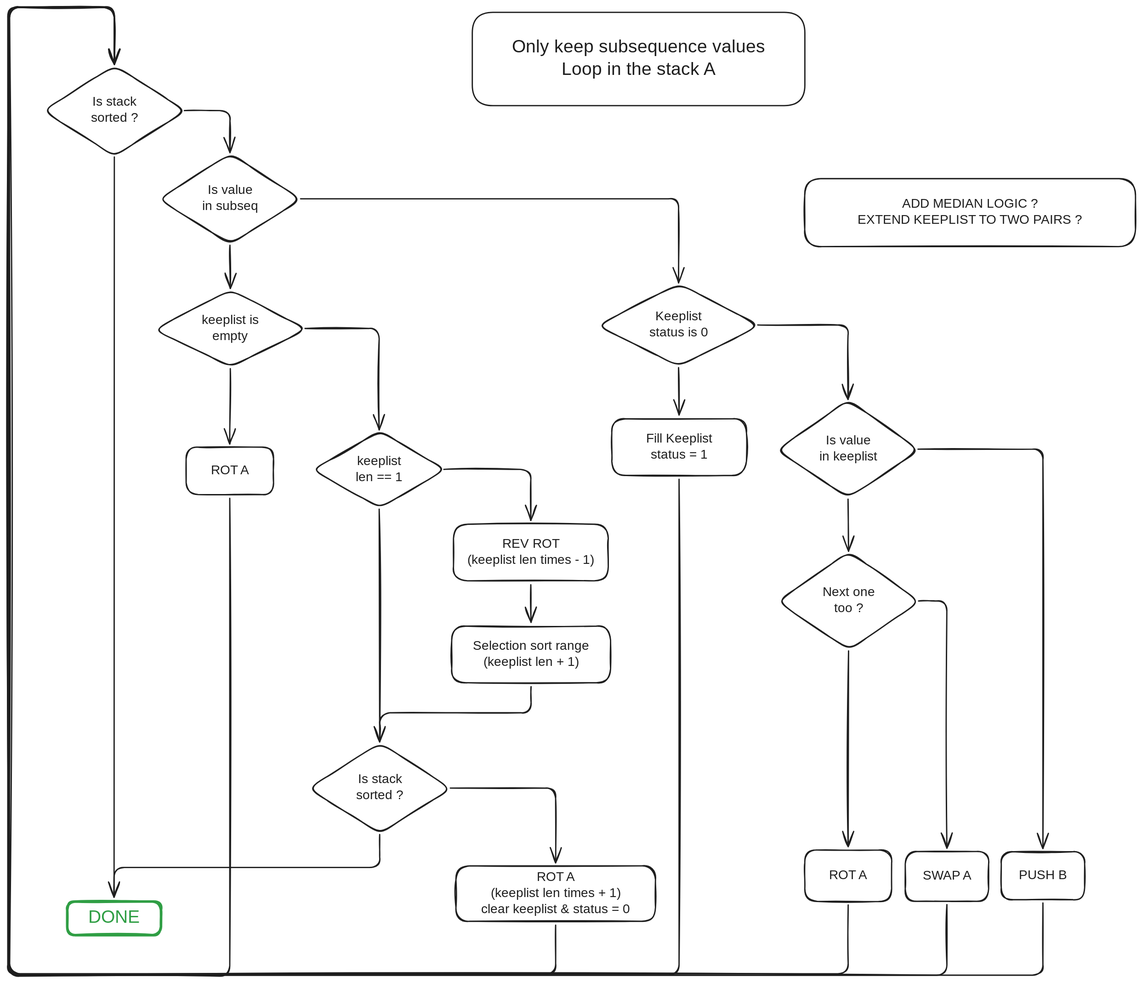
flinguenheld/42_push_swap keeps this Excalidraw diagram as images/only_keep_subsequence.excalidraw.svg. Above is the earlier version. Source tidied: one line per element, renumbered; positions are measured from the earlier drawing's top-left corner, leaving out a move shared by most shapes.
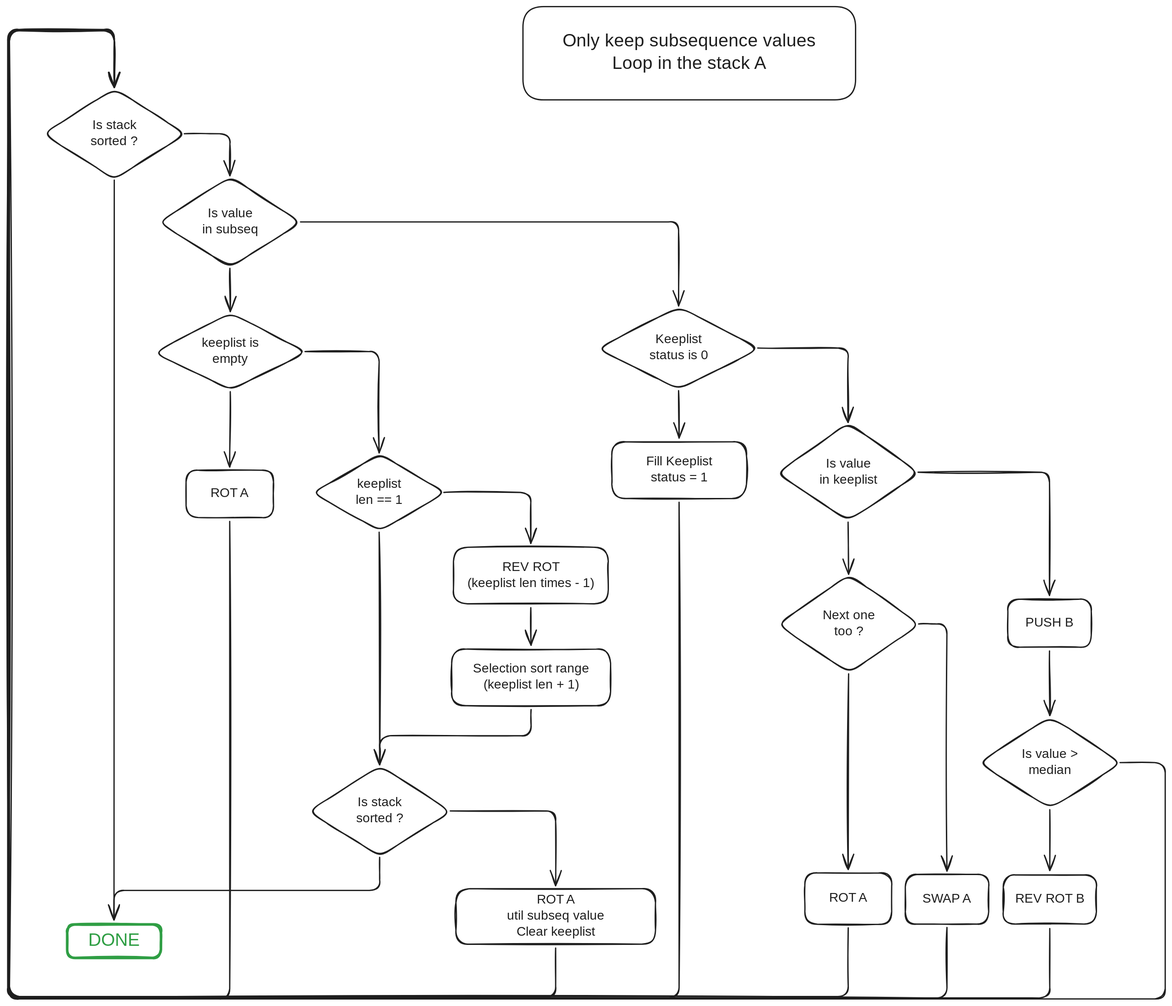
The same diagram one commit later.

Change to the diagram source:
```diff
@@ -1,5 +1,5 @@
-{"id": 0, "type": "rectangle", "strokeColor": "#1e1e1e", "strokeWidth": 2, "roughness": 0, "round": true, "x": 722, "y": 9, "width": 517, "height": 145}
+{"id": 0, "type": "rectangle", "strokeColor": "#1e1e1e", "strokeWidth": 2, "roughness": 0, "round": true, "x": 801, "y": -36, "width": 517, "height": 145}
-{"id": 1, "type": "text", "text": "Only keep subsequence values\nLoop in the stack A", "strokeColor": "#1e1e1e", "strokeWidth": 2, "roughness": 0, "fontSize": 28, "fontFamily": 5, "textAlign": "center", "verticalAlign": "middle", "inside": 0, "x": 780, "y": 46, "width": 400, "height": 70}
+{"id": 1, "type": "text", "text": "Only keep subsequence values\nLoop in the stack A", "strokeColor": "#1e1e1e", "strokeWidth": 2, "roughness": 0, "fontSize": 28, "fontFamily": 5, "textAlign": "center", "verticalAlign": "middle", "inside": 0, "x": 859, "y": 1, "width": 400, "height": 70}
 {"id": 2, "type": "diamond", "strokeColor": "#1e1e1e", "strokeWidth": 2, "roughness": 1, "round": true, "x": 235, "y": 228, "width": 221, "height": 141}
 {"id": 3, "type": "text", "text": "Is value\nin subseq", "strokeColor": "#1e1e1e", "strokeWidth": 2, "roughness": 1, "fontSize": 20, "fontFamily": 5, "textAlign": "center", "verticalAlign": "middle", "inside": 2, "x": 301, "y": 273, "width": 89, "height": 50}
 {"id": 4, "type": "rectangle", "strokeColor": "#1e1e1e", "strokeWidth": 2, "roughness": 1, "round": true, "x": 693, "y": 804, "width": 241, "height": 88}
@@ -27,9 +27,8 @@
 {"id": 26, "type": "text", "text": "ROT A", "strokeColor": "#1e1e1e", "strokeWidth": 2, "roughness": 1, "fontSize": 20, "fontFamily": 5, "textAlign": "center", "verticalAlign": "middle", "inside": 25, "x": 311, "y": 709, "width": 69, "height": 25}
 {"id": 27, "type": "arrow", "strokeColor": "#1e1e1e", "strokeWidth": 2, "roughness": 1, "endArrowhead": "arrow", "from": 2, "to": 23, "x": 345, "y": 371, "width": 1, "height": 67, "points": [[0, 0], [1, 67]]}
 {"id": 28, "type": "arrow", "strokeColor": "#1e1e1e", "strokeWidth": 2, "roughness": 1, "endArrowhead": "arrow", "from": 23, "to": 25, "x": 346, "y": 562, "width": 1, "height": 117, "points": [[0, 0], [-1, 117]]}
-{"id": 29, "type": "rectangle", "strokeColor": "#1e1e1e", "strokeWidth": 2, "roughness": 1, "round": true, "x": 1544, "y": 1314, "width": 130, "height": 75}
+{"id": 29, "type": "rectangle", "strokeColor": "#1e1e1e", "strokeWidth": 2, "roughness": 1, "round": true, "x": 1555, "y": 885, "width": 130, "height": 75}
-{"id": 30, "type": "text", "text": "PUSH B", "strokeColor": "#1e1e1e", "strokeWidth": 2, "roughness": 1, "fontSize": 20, "fontFamily": 5, "textAlign": "center", "verticalAlign": "middle", "inside": 29, "x": 1571, "y": 1338, "width": 76, "height": 25}
+{"id": 30, "type": "text", "text": "PUSH B", "strokeColor": "#1e1e1e", "strokeWidth": 2, "roughness": 1, "fontSize": 20, "fontFamily": 5, "textAlign": "center", "verticalAlign": "middle", "inside": 29, "x": 1581, "y": 910, "width": 76, "height": 25}
-{"id": 31, "type": "arrow", "strokeColor": "#1e1e1e", "strokeWidth": 2, "roughness": 1, "endArrowhead": "arrow", "from": 15, "to": 29, "x": 1415, "y": 688, "width": 194, "height": 621, "points": [[0, 0], [194, 0], [194, 621]]}
 {"id": 32, "type": "rectangle", "strokeColor": "#1e1e1e", "strokeWidth": 2, "roughness": 1, "round": true, "x": 1239, "y": 1311, "width": 135, "height": 80}
 {"id": 33, "type": "text", "text": "ROT A", "strokeColor": "#1e1e1e", "strokeWidth": 2, "roughness": 1, "fontSize": 20, "fontFamily": 5, "textAlign": "center", "verticalAlign": "middle", "inside": 32, "x": 1272, "y": 1338, "width": 69, "height": 25}
 {"id": 34, "type": "diamond", "strokeColor": "#1e1e1e", "strokeWidth": 2, "roughness": 1, "round": true, "x": 474, "y": 660, "width": 206, "height": 119}
@@ -37,14 +36,14 @@
 {"id": 36, "type": "diamond", "strokeColor": "#1e1e1e", "strokeWidth": 2, "roughness": 1, "round": true, "x": 468, "y": 1144, "width": 221, "height": 141}
 {"id": 37, "type": "text", "text": "Is stack\nsorted ?", "strokeColor": "#1e1e1e", "strokeWidth": 2, "roughness": 1, "fontSize": 20, "fontFamily": 5, "textAlign": "center", "verticalAlign": "middle", "inside": 36, "x": 536, "y": 1189, "width": 84, "height": 50}
 {"id": 38, "type": "rectangle", "strokeColor": "#1e1e1e", "strokeWidth": 2, "roughness": 1, "round": true, "x": 697, "y": 1335, "width": 310, "height": 86}
-{"id": 39, "type": "text", "text": "ROT A\n(keeplist len times + 1)\nclear keeplist & status = 0", "strokeColor": "#1e1e1e", "strokeWidth": 2, "roughness": 1, "fontSize": 20, "fontFamily": 5, "textAlign": "center", "verticalAlign": "middle", "inside": 38, "x": 719, "y": 1341, "width": 265, "height": 75}
+{"id": 39, "type": "text", "text": "ROT A\nutil subseq value\nClear keeplist", "strokeColor": "#1e1e1e", "strokeWidth": 2, "roughness": 1, "fontSize": 20, "fontFamily": 5, "textAlign": "center", "verticalAlign": "middle", "inside": 38, "x": 771, "y": 1341, "width": 161, "height": 75}
 {"id": 40, "type": "arrow", "strokeColor": "#1e1e1e", "strokeWidth": 2, "roughness": 1, "endArrowhead": "arrow", "from": 23, "to": 34, "x": 462, "y": 500, "width": 115, "height": 158, "points": [[0, 0], [115, 0], [115, 158]]}
 {"id": 41, "type": "arrow", "strokeColor": "#1e1e1e", "strokeWidth": 2, "roughness": 1, "endArrowhead": "arrow", "from": 34, "to": 36, "x": 577, "y": 781, "width": 1, "height": 362, "points": [[0, 0], [1, 362]]}
 {"id": 42, "type": "arrow", "strokeColor": "#1e1e1e", "strokeWidth": 2, "roughness": 1, "endArrowhead": "arrow", "from": 36, "to": 38, "x": 688, "y": 1214, "width": 164, "height": 116, "points": [[0, 0], [164, 0], [164, 116]]}
 {"id": 43, "type": "arrow", "strokeColor": "#1e1e1e", "strokeWidth": 2, "roughness": 1, "endArrowhead": "arrow", "from": 34, "to": 4, "x": 678, "y": 719, "width": 135, "height": 79, "points": [[0, 0], [135, 0], [135, 79]]}
 {"id": 44, "type": "arrow", "strokeColor": "#1e1e1e", "strokeWidth": 2, "roughness": 1, "endArrowhead": "arrow", "from": 6, "to": 36, "x": 814, "y": 1057, "width": 235, "height": 86, "points": [[0, 0], [0, 41], [-235, 41], [-235, 86]]}
 {"id": 45, "type": "arrow", "strokeColor": "#1e1e1e", "strokeWidth": 2, "roughness": 1, "endArrowhead": "arrow", "from": 32, "to": 50, "x": 1306, "y": 1396, "width": 1305, "height": 1503, "points": [[0, 0], [0, 107], [-1305, 107], [-1305, -1396], [-1141, -1396], [-1141, -1307]]}
-{"id": 46, "type": "arrow", "strokeColor": "#1e1e1e", "strokeWidth": 2, "roughness": 1, "endArrowhead": "arrow", "from": 29, "to": 50, "x": 1609, "y": 1393, "width": 1609, "height": 1505, "points": [[0, 0], [0, 112], [-1609, 112], [-1609, -1392], [-1444, -1392], [-1444, -1304]]}
+{"id": 46, "type": "arrow", "strokeColor": "#1e1e1e", "strokeWidth": 2, "roughness": 1, "endArrowhead": "arrow", "from": 64, "to": 50, "x": 1620, "y": 1397, "width": 1620, "height": 1505, "points": [[0, 0], [0, 108], [-1620, 108], [-1620, -1397], [-1454, -1397], [-1454, -1308]]}
 {"id": 47, "type": "arrow", "strokeColor": "#1e1e1e", "strokeWidth": 2, "roughness": 1, "endArrowhead": "arrow", "from": 20, "to": 50, "x": 1460, "y": 1396, "width": 1457, "height": 1505, "points": [[0, 0], [0, 110], [-1457, 110], [-1457, -1395], [-1294, -1395], [-1294, -1306]]}
 {"id": 48, "type": "arrow", "strokeColor": "#1e1e1e", "strokeWidth": 2, "roughness": 1, "endArrowhead": "arrow", "from": 17, "to": 32, "x": 1307, "y": 1001, "width": 1, "height": 304, "points": [[0, 0], [-1, 304]]}
 {"id": 49, "type": "arrow", "strokeColor": "#1e1e1e", "strokeWidth": 2, "roughness": 1, "endArrowhead": "arrow", "from": 17, "to": 20, "x": 1416, "y": 924, "width": 44, "height": 384, "points": [[0, 0], [44, 0], [44, 384]]}
@@ -55,8 +54,14 @@
 {"id": 54, "type": "arrow", "strokeColor": "#1e1e1e", "strokeWidth": 2, "roughness": 1, "endArrowhead": "arrow", "from": 50, "to": 2, "x": 274, "y": 161, "width": 71, "height": 65, "points": [[0, 0], [71, 0], [71, 65]]}
 {"id": 55, "type": "arrow", "strokeColor": "#1e1e1e", "strokeWidth": 2, "roughness": 1, "endArrowhead": "arrow", "from": 50, "to": 52, "x": 166, "y": 233, "width": 0, "height": 1151, "points": [[0, 0], [0, 1151]]}
 {"id": 56, "type": "arrow", "strokeColor": "#1e1e1e", "strokeWidth": 2, "roughness": 1, "endArrowhead": "arrow", "from": 38, "to": 50, "x": 852, "y": 1428, "width": 849, "height": 1503, "points": [[0, 0], [0, 76], [-849, 76], [-849, -1428], [-686, -1428], [-686, -1338]]}
-{"id": 57, "type": "rectangle", "strokeColor": "#1e1e1e", "strokeWidth": 2, "roughness": 1, "round": true, "x": 1239, "y": 267, "width": 514, "height": 106}
-{"id": 58, "type": "text", "text": "ADD MEDIAN LOGIC ?\nEXTEND KEEPLIST TO TWO PAIRS ?", "strokeColor": "#1e1e1e", "strokeWidth": 2, "roughness": 1, "fontSize": 20, "fontFamily": 5, "textAlign": "center", "verticalAlign": "middle", "inside": 57, "x": 1303, "y": 295, "width": 386, "height": 50}
 {"id": 59, "type": "arrow", "strokeColor": "#1e1e1e", "backgroundColor": "#40c057", "fillStyle": "solid", "strokeWidth": 2, "roughness": 1, "endArrowhead": "arrow", "from": 12, "to": 50, "x": 1044, "y": 734, "width": 1043, "height": 1504, "points": [[0, 0], [0, 771], [-1043, 771], [-1043, -733], [-878, -733], [-878, -645]]}
 {"id": 60, "type": "arrow", "strokeColor": "#1e1e1e", "strokeWidth": 2, "roughness": 1, "endArrowhead": "arrow", "from": 25, "to": 50, "x": 345, "y": 764, "width": 342, "height": 1506, "points": [[0, 0], [0, 743], [-342, 743], [-342, -763], [-179, -763], [-179, -675]]}
 {"id": 61, "type": "arrow", "strokeColor": "#1e1e1e", "strokeWidth": 2, "roughness": 1, "endArrowhead": "arrow", "from": 36, "to": 52, "x": 578, "y": 1287, "width": 413, "height": 97, "points": [[0, 0], [0, 51], [-413, 51], [-413, 97]]}
+{"id": 62, "type": "diamond", "strokeColor": "#1e1e1e", "strokeWidth": 2, "roughness": 1, "round": true, "x": 1509, "y": 1068, "width": 222, "height": 144}
+{"id": 63, "type": "text", "text": "Is value >\nmedian", "strokeColor": "#1e1e1e", "strokeWidth": 2, "roughness": 1, "fontSize": 20, "fontFamily": 5, "textAlign": "center", "verticalAlign": "middle", "inside": 62, "x": 1571, "y": 1114, "width": 97, "height": 50}
+{"id": 64, "type": "rectangle", "strokeColor": "#1e1e1e", "strokeWidth": 2, "roughness": 1, "round": true, "x": 1548, "y": 1314, "width": 145, "height": 76}
+{"id": 65, "type": "text", "text": "REV ROT B", "strokeColor": "#1e1e1e", "strokeWidth": 2, "roughness": 1, "fontSize": 20, "fontFamily": 5, "textAlign": "center", "verticalAlign": "middle", "inside": 64, "x": 1560, "y": 1340, "width": 120, "height": 25}
+{"id": 66, "type": "arrow", "strokeColor": "#1e1e1e", "strokeWidth": 2, "roughness": 1, "endArrowhead": "arrow", "from": 62, "to": 64, "x": 1620, "y": 1213, "width": 0, "height": 94, "points": [[0, 0], [0, 94]]}
+{"id": 67, "type": "arrow", "strokeColor": "#1e1e1e", "strokeWidth": 2, "roughness": 1, "endArrowhead": "arrow", "from": 15, "to": 29, "x": 1415, "y": 688, "width": 204, "height": 192, "points": [[0, 0], [204, 0], [204, 192]]}
+{"id": 68, "type": "arrow", "strokeColor": "#1e1e1e", "strokeWidth": 2, "roughness": 1, "endArrowhead": "arrow", "from": 29, "to": 62, "x": 1619, "y": 966, "width": 0, "height": 100, "points": [[0, 0], [0, 100]]}
+{"id": 69, "type": "arrow", "strokeColor": "#1e1e1e", "strokeWidth": 2, "roughness": 1, "endArrowhead": "arrow", "from": 62, "to": 50, "x": 1729, "y": 1139, "width": 1798, "height": 1508, "points": [[0, 0], [70, 0], [70, 368], [-1728, 368], [-1728, -1140], [-1563, -1140], [-1563, -1050]]}
```
